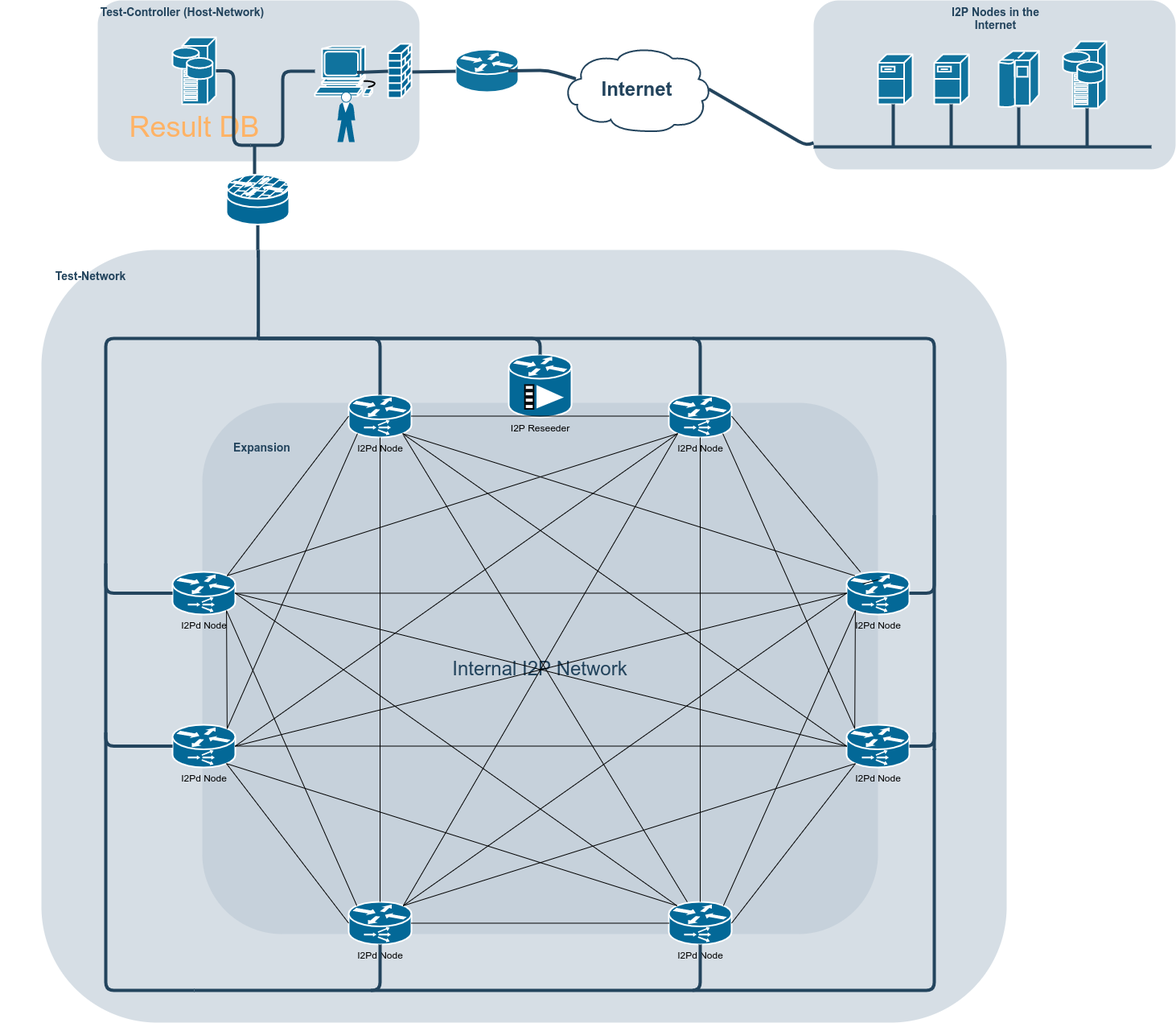
Above: img/i2p-testnetwork.png in mkuettel/BA (draw.io), before the change. Source tidied: cells renumbered, new cells last; positions are measured from the earlier drawing's top-left corner, leaving out a move shared by most shapes.
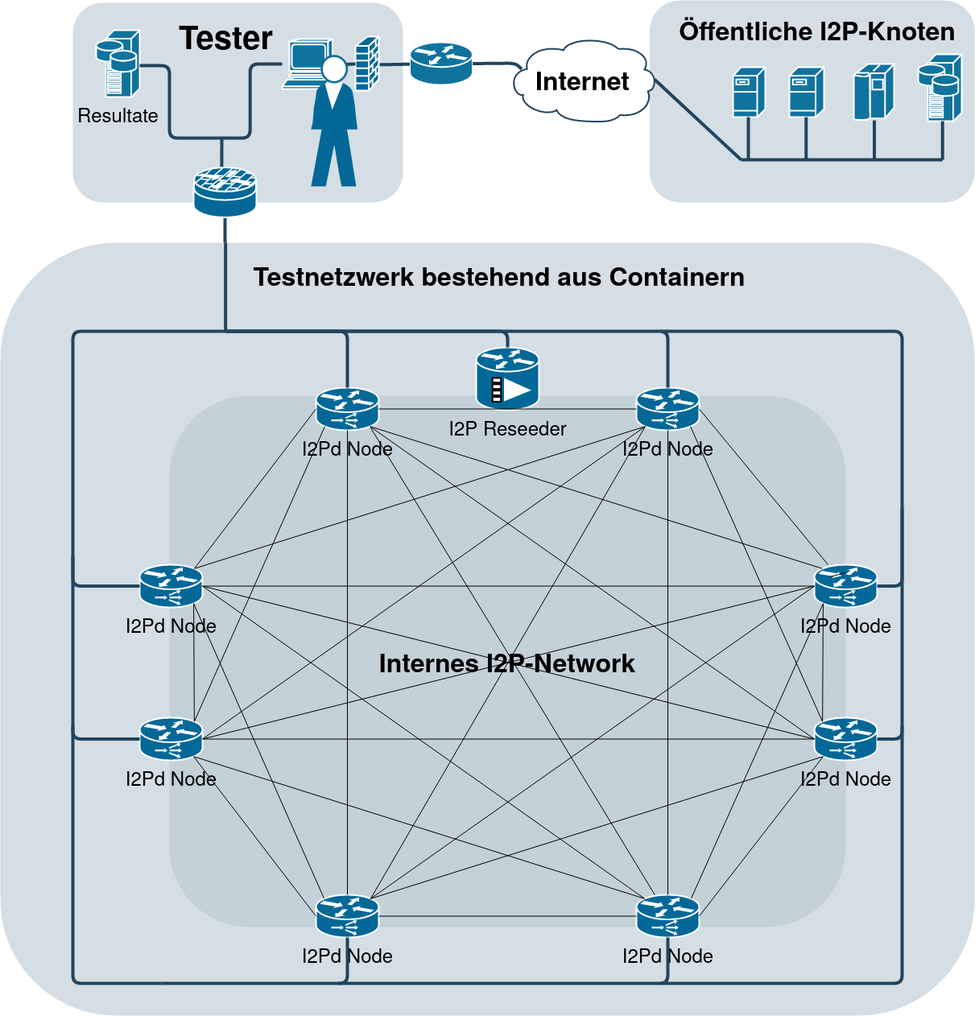
After the commit.

The edit, as a diff of the source:
```diff
@@ -4,40 +4,40 @@
     <mxCell id="1" parent="0" />
-    <mxCell id="2" style="rounded=1;whiteSpace=wrap;html=1;strokeColor=none;fillColor=#BAC8D3;fontSize=24;fontColor=#23445D;align=center;opacity=60;" parent="1" vertex="1">
-      <mxGeometry x="51" y="310" width="1200" height="960" as="geometry" />
+    <mxCell id="2" style="rounded=1;whiteSpace=wrap;html=1;strokeColor=none;fillColor=#BAC8D3;fontSize=24;align=center;opacity=60;" parent="1" vertex="1">
+      <mxGeometry x="41" y="310" width="1210" height="960" as="geometry" />
     </mxCell>
-    <mxCell id="3" value="Internal I2P Network" style="rounded=1;whiteSpace=wrap;html=1;strokeColor=none;fillColor=#BAC8D3;fontSize=24;fontColor=#23445D;align=center;opacity=60;" parent="1" vertex="1">
+    <mxCell id="3" value="Internes I2P-Network" style="rounded=1;whiteSpace=wrap;html=1;strokeColor=none;fillColor=#BAC8D3;fontSize=32;align=center;opacity=60;fontStyle=1;" parent="1" vertex="1">
       <mxGeometry x="251" y="500" width="840" height="660" as="geometry" />
     </mxCell>
-    <mxCell id="4" style="rounded=1;whiteSpace=wrap;html=1;strokeColor=none;fillColor=#BAC8D3;fontSize=24;fontColor=#23445D;align=center;opacity=60;" parent="1" vertex="1">
-      <mxGeometry x="1011" width="450" height="210" as="geometry" />
+    <mxCell id="4" style="rounded=1;whiteSpace=wrap;html=1;strokeColor=none;fillColor=#BAC8D3;fontSize=24;align=center;opacity=60;" parent="1" vertex="1">
+      <mxGeometry x="847.5" y="9" width="403.5" height="251" as="geometry" />
     </mxCell>
-    <mxCell id="5" style="rounded=1;whiteSpace=wrap;html=1;strokeColor=none;fillColor=#BAC8D3;fontSize=24;fontColor=#23445D;align=center;opacity=60;" parent="1" vertex="1">
-      <mxGeometry x="121" width="400" height="200" as="geometry" />
+    <mxCell id="5" style="rounded=1;whiteSpace=wrap;html=1;strokeColor=none;fillColor=#BAC8D3;fontSize=24;align=center;opacity=60;" parent="1" vertex="1">
+      <mxGeometry x="131" y="12" width="410" height="248" as="geometry" />
     </mxCell>
-    <mxCell id="6" style="shape=mxgraph.cisco.computers_and_peripherals.workstation;html=1;dashed=0;fillColor=#10739E;strokeColor=#ffffff;strokeWidth=2;verticalLabelPosition=bottom;verticalAlign=top;fontFamily=Helvetica;fontSize=36;fontColor=#FFB366;" parent="1" vertex="1">
+    <mxCell id="6" style="shape=mxgraph.cisco.computers_and_peripherals.workstation;html=1;dashed=0;fillColor=#10739E;strokeColor=#ffffff;strokeWidth=2;verticalLabelPosition=bottom;verticalAlign=top;fontFamily=Helvetica;fontSize=36;" parent="1" vertex="1">
       <mxGeometry x="391" y="57" width="83" height="62" as="geometry" />
     </mxCell>
-    <mxCell id="7" value="Result DB" style="shape=mxgraph.cisco.servers.storage_server;html=1;dashed=0;fillColor=#10739E;strokeColor=#ffffff;strokeWidth=2;verticalLabelPosition=bottom;verticalAlign=top;fontFamily=Helvetica;fontSize=36;fontColor=#FFB366;" parent="1" vertex="1">
-      <mxGeometry x="214" y="46" width="54" height="83" as="geometry" />
+    <mxCell id="7" value="&lt;div&gt;Resultate&lt;/div&gt;" style="shape=mxgraph.cisco.servers.storage_server;html=1;dashed=0;fillColor=#10739E;strokeColor=#ffffff;strokeWidth=2;verticalLabelPosition=bottom;verticalAlign=top;fontFamily=Helvetica;fontSize=24;" parent="1" vertex="1">
+      <mxGeometry x="160" y="46" width="54" height="83" as="geometry" />
     </mxCell>
-    <mxCell id="8" style="shape=mxgraph.cisco.servers.fileserver;html=1;dashed=0;fillColor=#10739E;strokeColor=#ffffff;strokeWidth=2;verticalLabelPosition=bottom;verticalAlign=top;fontFamily=Helvetica;fontSize=36;fontColor=#FFB366;" parent="1" vertex="1">
-      <mxGeometry x="1091" y="67" width="43" height="62" as="geometry" />
+    <mxCell id="8" style="shape=mxgraph.cisco.servers.fileserver;html=1;dashed=0;fillColor=#10739E;strokeColor=#ffffff;strokeWidth=2;verticalLabelPosition=bottom;verticalAlign=top;fontFamily=Helvetica;fontSize=36;" parent="1" vertex="1">
+      <mxGeometry x="951" y="92" width="40" height="62" as="geometry" />
     </mxCell>
-    <mxCell id="9" style="shape=mxgraph.cisco.servers.fileserver;html=1;dashed=0;fillColor=#10739E;strokeColor=#ffffff;strokeWidth=2;verticalLabelPosition=bottom;verticalAlign=top;fontFamily=Helvetica;fontSize=36;fontColor=#FFB366;" parent="1" vertex="1">
-      <mxGeometry x="1161" y="67" width="43" height="62" as="geometry" />
+    <mxCell id="9" style="shape=mxgraph.cisco.servers.fileserver;html=1;dashed=0;fillColor=#10739E;strokeColor=#ffffff;strokeWidth=2;verticalLabelPosition=bottom;verticalAlign=top;fontFamily=Helvetica;fontSize=36;" parent="1" vertex="1">
+      <mxGeometry x="1021" y="92" width="43" height="62" as="geometry" />
     </mxCell>
-    <mxCell id="10" style="shape=mxgraph.cisco.computers_and_peripherals.ibm_mainframe;html=1;dashed=0;fillColor=#10739E;strokeColor=#ffffff;strokeWidth=2;verticalLabelPosition=bottom;verticalAlign=top;fontFamily=Helvetica;fontSize=36;fontColor=#FFB366;" parent="1" vertex="1">
-      <mxGeometry x="1241" y="63" width="50" height="70" as="geometry" />
+    <mxCell id="10" style="shape=mxgraph.cisco.computers_and_peripherals.ibm_mainframe;html=1;dashed=0;fillColor=#10739E;strokeColor=#ffffff;strokeWidth=2;verticalLabelPosition=bottom;verticalAlign=top;fontFamily=Helvetica;fontSize=36;" parent="1" vertex="1">
+      <mxGeometry x="1101" y="88" width="50" height="70" as="geometry" />
     </mxCell>
-    <mxCell id="11" style="shape=mxgraph.cisco.servers.storage_server;html=1;dashed=0;fillColor=#10739E;strokeColor=#ffffff;strokeWidth=2;verticalLabelPosition=bottom;verticalAlign=top;fontFamily=Helvetica;fontSize=36;fontColor=#FFB366;" parent="1" vertex="1">
-      <mxGeometry x="1321" y="51" width="54" height="83" as="geometry" />
+    <mxCell id="11" style="shape=mxgraph.cisco.servers.storage_server;html=1;dashed=0;fillColor=#10739E;strokeColor=#ffffff;strokeWidth=2;verticalLabelPosition=bottom;verticalAlign=top;fontFamily=Helvetica;fontSize=36;" parent="1" vertex="1">
+      <mxGeometry x="1181" y="76" width="54" height="83" as="geometry" />
     </mxCell>
-    <mxCell id="12" value="Internet" style="shape=mxgraph.cisco.storage.cloud;html=1;dashed=0;strokeColor=#23445D;fillColor=#ffffff;strokeWidth=2;fontFamily=Helvetica;fontSize=24;fontColor=#23445D;align=center;fontStyle=1;" parent="1" vertex="1">
-      <mxGeometry x="698" y="57" width="186" height="106" as="geometry" />
+    <mxCell id="12" value="&lt;font style=&quot;font-size: 32px&quot;&gt;Internet&lt;/font&gt;" style="shape=mxgraph.cisco.storage.cloud;html=1;dashed=0;strokeColor=#23445D;fillColor=#ffffff;strokeWidth=2;fontFamily=Helvetica;fontSize=24;align=center;fontStyle=1;" parent="1" vertex="1">
+      <mxGeometry x="671" y="54" width="186" height="106" as="geometry" />
     </mxCell>
-    <mxCell id="13" style="shape=mxgraph.cisco.routers.router;html=1;dashed=0;fillColor=#10739E;strokeColor=#ffffff;strokeWidth=2;verticalLabelPosition=bottom;verticalAlign=top;fontFamily=Helvetica;fontSize=36;fontColor=#FFB366;" parent="1" vertex="1">
-      <mxGeometry x="566" y="61" width="78" height="53" as="geometry" />
+    <mxCell id="13" style="shape=mxgraph.cisco.routers.router;html=1;dashed=0;fillColor=#10739E;strokeColor=#ffffff;strokeWidth=2;verticalLabelPosition=bottom;verticalAlign=top;fontFamily=Helvetica;fontSize=36;" parent="1" vertex="1">
+      <mxGeometry x="549.5" y="61" width="78" height="53" as="geometry" />
     </mxCell>
     <mxCell id="14" style="line;html=1;strokeColor=#23445D;" parent="1" vertex="1">
-      <mxGeometry x="1011" y="177" width="420" height="10" as="geometry" />
+      <mxGeometry x="961" y="202" width="250" height="10" as="geometry" />
     </mxCell>
@@ -46,2 +46,6 @@
         <mxPoint x="311" y="180" as="sourcePoint" />
+        <Array as="points">
+          <mxPoint x="251" y="90" />
+          <mxPoint x="290" y="130" />
+        </Array>
       </mxGeometry>
@@ -69,3 +73,3 @@
       <mxGeometry relative="1" as="geometry">
-        <mxPoint x="1110.3" y="182.1" as="targetPoint" />
+        <mxPoint x="970.3" y="207.1" as="targetPoint" />
       </mxGeometry>
@@ -74,3 +78,3 @@
       <mxGeometry relative="1" as="geometry">
-        <mxPoint x="1182.3" y="182.1" as="targetPoint" />
+        <mxPoint x="1042.3" y="207.1" as="targetPoint" />
       </mxGeometry>
@@ -79,3 +83,3 @@
       <mxGeometry relative="1" as="geometry">
-        <mxPoint x="1266.3" y="182.1" as="targetPoint" />
+        <mxPoint x="1126.3" y="207.1" as="targetPoint" />
       </mxGeometry>
@@ -84,3 +88,3 @@
       <mxGeometry relative="1" as="geometry">
-        <mxPoint x="1351.3" y="182.1" as="targetPoint" />
+        <mxPoint x="1211.3" y="207.1" as="targetPoint" />
       </mxGeometry>
@@ -90,3 +94,3 @@
     </mxCell>
-    <mxCell id="24" style="elbow=horizontal;endArrow=none;html=1;strokeColor=#23445D;endFill=0;strokeWidth=4;rounded=1;entryX=0.839;entryY=0.499;entryDx=0;entryDy=0;entryPerimeter=0;exitX=0.094;exitY=0.382;exitDx=0;exitDy=0;exitPerimeter=0;" parent="1" edge="1" source="12" target="13">
+    <mxCell id="24" style="elbow=horizontal;endArrow=none;html=1;strokeColor=#23445D;endFill=0;strokeWidth=4;rounded=1;exitX=0.094;exitY=0.382;exitDx=0;exitDy=0;exitPerimeter=0;entryX=1;entryY=0.5;entryDx=0;entryDy=0;entryPerimeter=0;" parent="1" edge="1" source="12" target="13">
       <mxGeometry relative="1" as="geometry">
@@ -102,11 +106,8 @@
     </mxCell>
-    <mxCell id="26" value="&lt;font color=&quot;#23445d&quot;&gt;Test-Controller (Host-Network)&lt;br&gt;&lt;br&gt;&lt;/font&gt;" style="rounded=1;whiteSpace=wrap;html=1;strokeColor=none;fillColor=none;fontSize=14;fontColor=#742B21;align=center;fontStyle=1;" parent="1" vertex="1">
-      <mxGeometry x="114" y="12" width="225" height="19" as="geometry" />
+    <mxCell id="26" value="&lt;font style=&quot;font-size: 40px&quot;&gt;Tester&lt;/font&gt;" style="rounded=1;whiteSpace=wrap;html=1;strokeColor=none;fillColor=none;fontSize=14;align=center;fontStyle=1;" parent="1" vertex="1">
+      <mxGeometry x="92.5" y="38" width="457" height="30" as="geometry" />
     </mxCell>
-    <mxCell id="27" value="&lt;font color=&quot;#23445d&quot;&gt;I2P Nodes in the Internet&lt;br&gt;&lt;/font&gt;" style="rounded=1;whiteSpace=wrap;html=1;strokeColor=none;fillColor=none;fontSize=14;fontColor=#742B21;align=center;fontStyle=1;" parent="1" vertex="1">
-      <mxGeometry x="1166" y="12" width="143" height="19" as="geometry" />
+    <mxCell id="27" value="Öffentliche I2P-Knoten" style="rounded=1;whiteSpace=wrap;html=1;strokeColor=none;fillColor=none;fontSize=32;align=center;fontStyle=1;" parent="1" vertex="1">
+      <mxGeometry x="877" y="35" width="358" height="19" as="geometry" />
     </mxCell>
-    <mxCell id="28" value="&lt;font color=&quot;#23445d&quot;&gt;Expansion&lt;/font&gt;" style="rounded=1;whiteSpace=wrap;html=1;strokeColor=none;fillColor=none;fontSize=14;fontColor=#742B21;align=center;fontStyle=1;" parent="1" vertex="1">
-      <mxGeometry x="271" y="545" width="109" height="19" as="geometry" />
-    </mxCell>
     <mxCell id="29" style="shape=mxgraph.cisco.security.router_firewall;html=1;dashed=0;fillColor=#036897;strokeColor=#ffffff;strokeWidth=2;verticalLabelPosition=bottom;verticalAlign=top;align=center;outlineConnect=0;" parent="1" vertex="1">
@@ -120,33 +121,33 @@
     </mxCell>
-    <mxCell id="32" style="shape=mxgraph.cisco.people.standing_man;html=1;dashed=0;fillColor=#036897;strokeColor=#ffffff;strokeWidth=2;verticalLabelPosition=bottom;verticalAlign=top;align=center;" parent="1" vertex="1">
-      <mxGeometry x="419" y="114" width="22" height="62" as="geometry" />
+    <mxCell id="32" style="shape=mxgraph.cisco.people.standing_man;html=1;dashed=0;fillColor=#036897;strokeColor=#ffffff;strokeWidth=2;verticalLabelPosition=bottom;verticalAlign=top;align=center;labelBackgroundColor=#ffffff;" parent="1" vertex="1">
+      <mxGeometry x="427" y="78" width="57.5" height="162" as="geometry" />
     </mxCell>
-    <mxCell id="33" value="I2P Reseeder" style="shape=mxgraph.cisco.routers.broadcast_router;html=1;dashed=0;fillColor=#036897;strokeColor=#ffffff;strokeWidth=2;verticalLabelPosition=bottom;verticalAlign=top;align=center;outlineConnect=0;" parent="1" vertex="1">
+    <mxCell id="33" value="I2P Reseeder" style="shape=mxgraph.cisco.routers.broadcast_router;html=1;dashed=0;fillColor=#036897;strokeColor=#ffffff;strokeWidth=2;verticalLabelPosition=bottom;verticalAlign=top;align=center;outlineConnect=0;fontSize=24;" parent="1" vertex="1">
       <mxGeometry x="632" y="440" width="78" height="78" as="geometry" />
     </mxCell>
-    <mxCell id="34" value="&lt;font color=&quot;#23445d&quot;&gt;Test-Network&lt;br&gt;&lt;br&gt;&lt;/font&gt;" style="rounded=1;whiteSpace=wrap;html=1;strokeColor=none;fillColor=none;fontSize=14;fontColor=#742B21;align=center;fontStyle=1;" parent="1" vertex="1">
-      <mxGeometry y="340" width="225" height="19" as="geometry" />
+    <mxCell id="34" value="&lt;font style=&quot;font-size: 32px&quot;&gt;Testnetzwerk bestehend aus Containern&lt;br style=&quot;font-size: 32px&quot;&gt;&lt;/font&gt;&amp;nbsp;" style="rounded=1;whiteSpace=wrap;html=1;strokeColor=none;fillColor=none;fontSize=32;align=center;fontStyle=1;" parent="1" vertex="1">
+      <mxGeometry x="141" y="360" width="1040" height="19" as="geometry" />
     </mxCell>
-    <mxCell id="35" value="I2Pd&amp;nbsp;Node" style="shape=mxgraph.cisco.routers.content_service_router;html=1;dashed=0;fillColor=#036897;strokeColor=#ffffff;strokeWidth=2;verticalLabelPosition=bottom;verticalAlign=top;align=center;outlineConnect=0;fontFamily=Helvetica;fontSize=12;fontColor=#000000;" parent="1" vertex="1">
+    <mxCell id="35" value="I2Pd&amp;nbsp;Node" style="shape=mxgraph.cisco.routers.content_service_router;html=1;dashed=0;fillColor=#036897;strokeColor=#ffffff;strokeWidth=2;verticalLabelPosition=bottom;verticalAlign=top;align=center;outlineConnect=0;fontFamily=Helvetica;fontSize=24;" parent="1" vertex="1">
       <mxGeometry x="831" y="490" width="78" height="53" as="geometry" />
     </mxCell>
-    <mxCell id="36" value="I2Pd Node" style="shape=mxgraph.cisco.routers.content_service_router;html=1;dashed=0;fillColor=#036897;strokeColor=#ffffff;strokeWidth=2;verticalLabelPosition=bottom;verticalAlign=top;align=center;outlineConnect=0;" parent="1" vertex="1">
+    <mxCell id="36" value="I2Pd Node" style="shape=mxgraph.cisco.routers.content_service_router;html=1;dashed=0;fillColor=#036897;strokeColor=#ffffff;strokeWidth=2;verticalLabelPosition=bottom;verticalAlign=top;align=center;outlineConnect=0;fontSize=24;" parent="1" vertex="1">
       <mxGeometry x="1052" y="710" width="78" height="53" as="geometry" />
     </mxCell>
-    <mxCell id="37" value="I2Pd Node" style="shape=mxgraph.cisco.routers.content_service_router;html=1;dashed=0;fillColor=#036897;strokeColor=#ffffff;strokeWidth=2;verticalLabelPosition=bottom;verticalAlign=top;align=center;outlineConnect=0;" parent="1" vertex="1">
+    <mxCell id="37" value="I2Pd Node" style="shape=mxgraph.cisco.routers.content_service_router;html=1;dashed=0;fillColor=#036897;strokeColor=#ffffff;strokeWidth=2;verticalLabelPosition=bottom;verticalAlign=top;align=center;outlineConnect=0;fontSize=24;" parent="1" vertex="1">
       <mxGeometry x="1052" y="900" width="78" height="53" as="geometry" />
     </mxCell>
-    <mxCell id="38" value="I2Pd Node" style="shape=mxgraph.cisco.routers.content_service_router;html=1;dashed=0;fillColor=#036897;strokeColor=#ffffff;strokeWidth=2;verticalLabelPosition=bottom;verticalAlign=top;align=center;outlineConnect=0;" parent="1" vertex="1">
+    <mxCell id="38" value="I2Pd Node" style="shape=mxgraph.cisco.routers.content_service_router;html=1;dashed=0;fillColor=#036897;strokeColor=#ffffff;strokeWidth=2;verticalLabelPosition=bottom;verticalAlign=top;align=center;outlineConnect=0;fontSize=24;" parent="1" vertex="1">
       <mxGeometry x="831" y="1120" width="78" height="53" as="geometry" />
     </mxCell>
-    <mxCell id="39" value="I2Pd Node" style="shape=mxgraph.cisco.routers.content_service_router;html=1;dashed=0;fillColor=#036897;strokeColor=#ffffff;strokeWidth=2;verticalLabelPosition=bottom;verticalAlign=top;align=center;outlineConnect=0;" parent="1" vertex="1">
+    <mxCell id="39" value="I2Pd Node" style="shape=mxgraph.cisco.routers.content_service_router;html=1;dashed=0;fillColor=#036897;strokeColor=#ffffff;strokeWidth=2;verticalLabelPosition=bottom;verticalAlign=top;align=center;outlineConnect=0;fontSize=24;" parent="1" vertex="1">
       <mxGeometry x="433" y="1120" width="78" height="53" as="geometry" />
     </mxCell>
-    <mxCell id="40" value="I2Pd Node" style="shape=mxgraph.cisco.routers.content_service_router;html=1;dashed=0;fillColor=#036897;strokeColor=#ffffff;strokeWidth=2;verticalLabelPosition=bottom;verticalAlign=top;align=center;outlineConnect=0;" parent="1" vertex="1">
+    <mxCell id="40" value="I2Pd Node" style="shape=mxgraph.cisco.routers.content_service_router;html=1;dashed=0;fillColor=#036897;strokeColor=#ffffff;strokeWidth=2;verticalLabelPosition=bottom;verticalAlign=top;align=center;outlineConnect=0;fontSize=24;" parent="1" vertex="1">
       <mxGeometry x="214" y="900" width="78" height="53" as="geometry" />
     </mxCell>
-    <mxCell id="41" value="I2Pd Node" style="shape=mxgraph.cisco.routers.content_service_router;html=1;dashed=0;fillColor=#036897;strokeColor=#ffffff;strokeWidth=2;verticalLabelPosition=bottom;verticalAlign=top;align=center;outlineConnect=0;" parent="1" vertex="1">
+    <mxCell id="41" value="I2Pd Node" style="shape=mxgraph.cisco.routers.content_service_router;html=1;dashed=0;fillColor=#036897;strokeColor=#ffffff;strokeWidth=2;verticalLabelPosition=bottom;verticalAlign=top;align=center;outlineConnect=0;fontSize=24;" parent="1" vertex="1">
       <mxGeometry x="433" y="490" width="78" height="53" as="geometry" />
     </mxCell>
-    <mxCell id="42" value="I2Pd Node" style="shape=mxgraph.cisco.routers.content_service_router;html=1;dashed=0;fillColor=#036897;strokeColor=#ffffff;strokeWidth=2;verticalLabelPosition=bottom;verticalAlign=top;align=center;outlineConnect=0;" parent="1" vertex="1">
+    <mxCell id="42" value="I2Pd Node" style="shape=mxgraph.cisco.routers.content_service_router;html=1;dashed=0;fillColor=#036897;strokeColor=#ffffff;strokeWidth=2;verticalLabelPosition=bottom;verticalAlign=top;align=center;outlineConnect=0;fontSize=24;" parent="1" vertex="1">
       <mxGeometry x="214" y="710" width="78" height="53" as="geometry" />
@@ -360,9 +361,4 @@
     </mxCell>
-    <mxCell id="85" style="elbow=horizontal;endArrow=none;html=1;strokeColor=#23445D;endFill=0;strokeWidth=4;rounded=1;exitX=0.98;exitY=0.5;exitDx=0;exitDy=0;exitPerimeter=0;" parent="1" edge="1" source="12">
-      <mxGeometry relative="1" as="geometry">
-        <mxPoint x="1011" y="177" as="targetPoint" />
-        <Array as="points">
-          <mxPoint x="1001" y="180" />
-        </Array>
-      </mxGeometry>
+    <mxCell id="85" style="elbow=horizontal;endArrow=none;html=1;strokeColor=#23445D;endFill=0;strokeWidth=4;rounded=1;exitX=0.98;exitY=0.5;exitDx=0;exitDy=0;exitPerimeter=0;entryX=0;entryY=0.5;entryDx=0;entryDy=0;entryPerimeter=0;" parent="1" edge="1" source="12" target="14">
+      <mxGeometry relative="1" as="geometry" />
     </mxCell>
```
